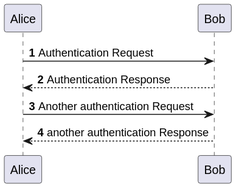
Above: docs/SprintC/3-list-job-openings-by-customer/sequence-diagram.svg in MiguelCardoso77/LAPR4 (PlantUML), before the change. The source it was exported from:
```plantuml
@startuml

autonumber

Alice -> Bob: Authentication Request
Bob --> Alice: Authentication Response

Alice -> Bob: Another authentication Request
Alice <-- Bob: another authentication Response
@enduml
```
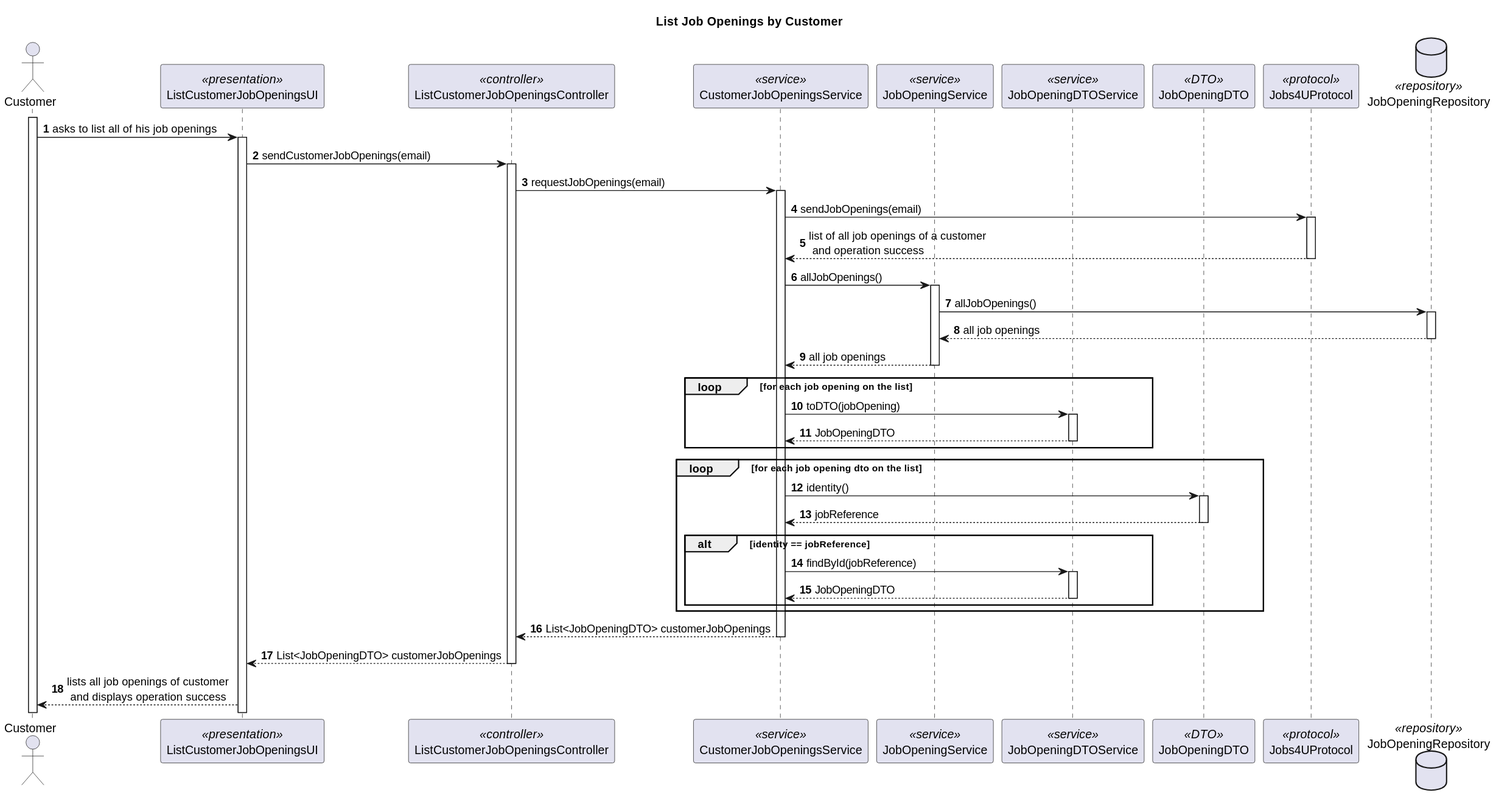
Later version of the same file.

Commit message:
Class and Sequence Diagrams #37

Change to the diagram source:
```diff
@@ -1,10 +1,106 @@
 @startuml
-
 autonumber
 
-Alice -> Bob: Authentication Request
-Bob --> Alice: Authentication Response
+title List Job Openings by Customer
 
-Alice -> Bob: Another authentication Request
-Alice <-- Bob: another authentication Response
+actor Customer
+
+participant ListCustomerJobOpeningsUI <<presentation>>
+
+participant ListCustomerJobOpeningsController <<controller>>
+
+participant CustomerJobOpeningsService <<service>>
+participant JobOpeningService <<service>>
+participant JobOpeningDTOService <<service>>
+
+participant Jobs4UProtocol <<protocol>>
+
+participant JobOpeningDTO <<DTO>>
+participant Jobs4UProtocol <<protocol>>
+
+database JobOpeningRepository <<repository>>
+
+
+activate Customer
+
+Customer -> ListCustomerJobOpeningsUI : asks to list all of his job openings
+activate ListCustomerJobOpeningsUI
+
+ListCustomerJobOpeningsUI -> ListCustomerJobOpeningsController : sendCustomerJobOpenings(email)
+
+activate ListCustomerJobOpeningsController
+
+ListCustomerJobOpeningsController -> CustomerJobOpeningsService : requestJobOpenings(email)
+
+activate CustomerJobOpeningsService
+
+CustomerJobOpeningsService -> Jobs4UProtocol : sendJobOpenings(email)
+
+activate Jobs4UProtocol
+
+Jobs4UProtocol --> CustomerJobOpeningsService : list of all job openings of a customer \n and operation success
+
+deactivate Jobs4UProtocol
+
+CustomerJobOpeningsService -> JobOpeningService : allJobOpenings()
+
+activate JobOpeningService
+
+JobOpeningService -> JobOpeningRepository : allJobOpenings()
+
+activate JobOpeningRepository
+
+JobOpeningRepository --> JobOpeningService : all job openings
+
+deactivate JobOpeningRepository
+
+JobOpeningService --> CustomerJobOpeningsService : all job openings
+
+deactivate JobOpeningService
+
+loop for each job opening on the list
+
+CustomerJobOpeningsService -> JobOpeningDTOService : toDTO(jobOpening)
+
+activate JobOpeningDTOService
+
+JobOpeningDTOService --> CustomerJobOpeningsService : JobOpeningDTO
+
+deactivate JobOpeningDTOService
+
+end
+
+loop for each job opening dto on the list
+
+CustomerJobOpeningsService -> JobOpeningDTO : identity()
+
+activate JobOpeningDTO
+
+JobOpeningDTO --> CustomerJobOpeningsService : jobReference
+
+deactivate JobOpeningDTO
+
+alt identity == jobReference
+
+CustomerJobOpeningsService -> JobOpeningDTOService : findById(jobReference)
+
+activate JobOpeningDTOService
+
+JobOpeningDTOService --> CustomerJobOpeningsService : JobOpeningDTO
+
+deactivate JobOpeningDTOService
+
+end
+
+end
+
+CustomerJobOpeningsService --> ListCustomerJobOpeningsController : List<JobOpeningDTO> customerJobOpenings
+
+deactivate CustomerJobOpeningsService
+
+ListCustomerJobOpeningsController --> ListCustomerJobOpeningsUI : List<JobOpeningDTO> customerJobOpenings
+
+deactivate ListCustomerJobOpeningsController
+
+ListCustomerJobOpeningsUI --> Customer : lists all job openings of customer \n and displays operation success
 @enduml
```
